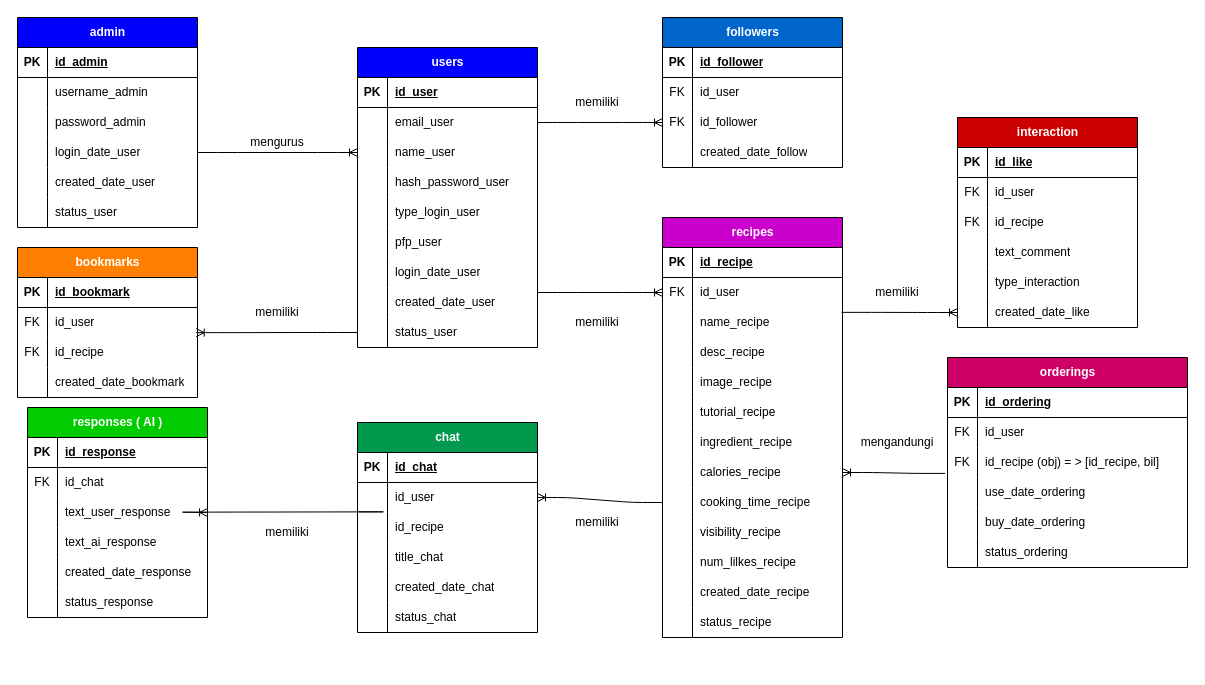
Earlier version of the draw.io diagram page "Page-1" (1 of 2) of documentation/diagram/erd.drawio (Danialdev01/ResepiSihat). Source tidied: cells renumbered, new cells numbered last; positions are measured from the earlier drawing's top-left corner, leaving out a move shared by most shapes. Both pictures are drawn from the tidied source at 100%, with x=0, y=0 at pixel (17, 17).
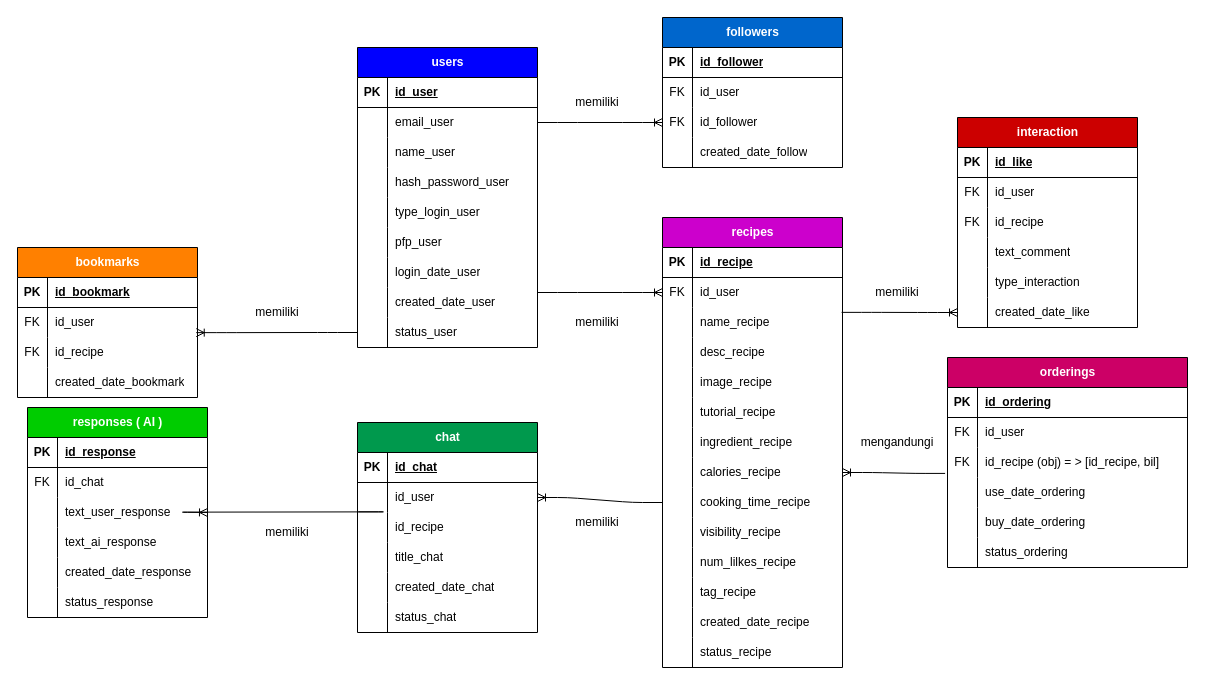
Above is the later version.

The change refers to these unchanged cells:
```xml
<mxCell id="49" style="shape=tableRow;horizontal=0;startSize=0;swimlaneHead=0;swimlaneBody=0;fillColor=none;points=[[0,0.5],[1,0.5]];portConstraint=eastwest;top=0;left=0;right=0;bottom=0;" parent="42" vertex="1">
  <mxGeometry y="90" width="180" height="30" as="geometry" />
</mxCell>
```

The edit, as a diff of the source:
```diff
@@
     <mxCell id="2" value="&lt;span style=&quot;color: white;&quot;&gt;recipes&lt;/span&gt;" style="shape=table;startSize=30;childLayout=tableLayout;rowLines=0;fontStyle=1;align=center;html=1;fillColor=#CC00CC;" parent="1" vertex="1">
-      <mxGeometry x="645" y="200" width="180" height="420" as="geometry" />
+      <mxGeometry x="645" y="200" width="180" height="450" as="geometry" />
     </mxCell>
@@
+    <mxCell id="207" style="shape=tableRow;horizontal=0;startSize=0;swimlaneHead=0;swimlaneBody=0;fillColor=none;top=0;left=0;right=0;bottom=0;" parent="2" vertex="1">
+      <mxGeometry y="360" width="180" height="30" as="geometry" />
+    </mxCell>
+    <mxCell id="208" style="shape=partialRectangle;fillColor=none;top=0;left=0;bottom=0;right=0;overflow=hidden;whiteSpace=wrap;html=1;" parent="207" vertex="1">
+      <mxGeometry width="30" height="30" as="geometry" />
+    </mxCell>
+    <mxCell id="209" value="tag_recipe" style="shape=partialRectangle;fillColor=none;top=0;left=0;bottom=0;right=0;align=left;spacingLeft=6;overflow=hidden;whiteSpace=wrap;html=1;" parent="207" vertex="1">
+      <mxGeometry x="30" width="150" height="30" as="geometry" />
+    </mxCell>
     <mxCell id="36" style="shape=tableRow;horizontal=0;startSize=0;swimlaneHead=0;swimlaneBody=0;fillColor=none;top=0;left=0;right=0;bottom=0;" parent="2" vertex="1">
-      <mxGeometry y="360" width="180" height="30" as="geometry" />
+      <mxGeometry y="390" width="180" height="30" as="geometry" />
     </mxCell>
@@
     <mxCell id="39" style="shape=tableRow;horizontal=0;startSize=0;swimlaneHead=0;swimlaneBody=0;fillColor=none;top=0;left=0;right=0;bottom=0;" parent="2" vertex="1">
-      <mxGeometry y="390" width="180" height="30" as="geometry" />
+      <mxGeometry y="420" width="180" height="30" as="geometry" />
     </mxCell>
@@
-    <mxCell id="153" value="&lt;span style=&quot;color: white;&quot;&gt;admin&lt;/span&gt;" style="shape=table;startSize=30;childLayout=tableLayout;rowLines=0;fontStyle=1;align=center;html=1;fillColor=#0000FF;" parent="1" vertex="1">
-      <mxGeometry width="180" height="210" as="geometry" />
-    </mxCell>
-    <mxCell id="154" style="shape=tableRow;horizontal=0;startSize=0;swimlaneHead=0;swimlaneBody=0;fillColor=none;top=0;left=0;right=0;bottom=1;" parent="153" vertex="1">
-      <mxGeometry y="30" width="180" height="30" as="geometry" />
-    </mxCell>
-    <mxCell id="155" value="PK" style="shape=partialRectangle;fillColor=none;top=0;left=0;bottom=0;right=0;fontStyle=1;overflow=hidden;whiteSpace=wrap;html=1;" parent="154" vertex="1">
-      <mxGeometry width="30" height="30" as="geometry" />
-    </mxCell>
-    <mxCell id="156" value="id_admin" style="shape=partialRectangle;fillColor=none;top=0;left=0;bottom=0;right=0;align=left;spacingLeft=6;fontStyle=5;overflow=hidden;whiteSpace=wrap;html=1;" parent="154" vertex="1">
-      <mxGeometry x="30" width="150" height="30" as="geometry" />
-    </mxCell>
-    <mxCell id="157" style="shape=tableRow;horizontal=0;startSize=0;swimlaneHead=0;swimlaneBody=0;fillColor=none;top=0;left=0;right=0;bottom=0;" parent="153" vertex="1">
-      <mxGeometry y="60" width="180" height="30" as="geometry" />
-    </mxCell>
-    <mxCell id="158" style="shape=partialRectangle;fillColor=none;top=0;left=0;bottom=0;right=0;overflow=hidden;whiteSpace=wrap;html=1;" parent="157" vertex="1">
-      <mxGeometry width="30" height="30" as="geometry" />
-    </mxCell>
-    <mxCell id="159" value="username_admin" style="shape=partialRectangle;fillColor=none;top=0;left=0;bottom=0;right=0;align=left;spacingLeft=6;overflow=hidden;whiteSpace=wrap;html=1;" parent="157" vertex="1">
-      <mxGeometry x="30" width="150" height="30" as="geometry" />
-    </mxCell>
-    <mxCell id="160" style="shape=tableRow;horizontal=0;startSize=0;swimlaneHead=0;swimlaneBody=0;fillColor=none;top=0;left=0;right=0;bottom=0;" parent="153" vertex="1">
-      <mxGeometry y="90" width="180" height="30" as="geometry" />
-    </mxCell>
-    <mxCell id="161" style="shape=partialRectangle;fillColor=none;top=0;left=0;bottom=0;right=0;overflow=hidden;whiteSpace=wrap;html=1;" parent="160" vertex="1">
-      <mxGeometry width="30" height="30" as="geometry" />
-    </mxCell>
-    <mxCell id="162" value="password_admin" style="shape=partialRectangle;fillColor=none;top=0;left=0;bottom=0;right=0;align=left;spacingLeft=6;overflow=hidden;whiteSpace=wrap;html=1;" parent="160" vertex="1">
-      <mxGeometry x="30" width="150" height="30" as="geometry" />
-    </mxCell>
-    <mxCell id="163" style="shape=tableRow;horizontal=0;startSize=0;swimlaneHead=0;swimlaneBody=0;fillColor=none;points=[[0,0.5],[1,0.5]];portConstraint=eastwest;top=0;left=0;right=0;bottom=0;" parent="153" vertex="1">
-      <mxGeometry y="120" width="180" height="30" as="geometry" />
-    </mxCell>
-    <mxCell id="164" style="shape=partialRectangle;fillColor=none;top=0;left=0;bottom=0;right=0;overflow=hidden;whiteSpace=wrap;html=1;" parent="163" vertex="1">
-      <mxGeometry width="30" height="30" as="geometry" />
-    </mxCell>
-    <mxCell id="165" value="login_date_user" style="shape=partialRectangle;fillColor=none;top=0;left=0;bottom=0;right=0;align=left;spacingLeft=6;overflow=hidden;whiteSpace=wrap;html=1;" parent="163" vertex="1">
-      <mxGeometry x="30" width="150" height="30" as="geometry" />
-    </mxCell>
-    <mxCell id="166" style="shape=tableRow;horizontal=0;startSize=0;swimlaneHead=0;swimlaneBody=0;fillColor=none;top=0;left=0;right=0;bottom=0;" parent="153" vertex="1">
-      <mxGeometry y="150" width="180" height="30" as="geometry" />
-    </mxCell>
-    <mxCell id="167" style="shape=partialRectangle;fillColor=none;top=0;left=0;bottom=0;right=0;overflow=hidden;whiteSpace=wrap;html=1;" parent="166" vertex="1">
-      <mxGeometry width="30" height="30" as="geometry" />
-    </mxCell>
-    <mxCell id="168" value="created_date_user" style="shape=partialRectangle;fillColor=none;top=0;left=0;bottom=0;right=0;align=left;spacingLeft=6;overflow=hidden;whiteSpace=wrap;html=1;" parent="166" vertex="1">
-      <mxGeometry x="30" width="150" height="30" as="geometry" />
-    </mxCell>
-    <mxCell id="169" style="shape=tableRow;horizontal=0;startSize=0;swimlaneHead=0;swimlaneBody=0;fillColor=none;top=0;left=0;right=0;bottom=0;" parent="153" vertex="1">
-      <mxGeometry y="180" width="180" height="30" as="geometry" />
-    </mxCell>
-    <mxCell id="170" style="shape=partialRectangle;fillColor=none;top=0;left=0;bottom=0;right=0;overflow=hidden;whiteSpace=wrap;html=1;" parent="169" vertex="1">
-      <mxGeometry width="30" height="30" as="geometry" />
-    </mxCell>
-    <mxCell id="171" value="status_user" style="shape=partialRectangle;fillColor=none;top=0;left=0;bottom=0;right=0;align=left;spacingLeft=6;overflow=hidden;whiteSpace=wrap;html=1;" parent="169" vertex="1">
-      <mxGeometry x="30" width="150" height="30" as="geometry" />
-    </mxCell>
@@
-    <mxCell id="178" value="mengurus" style="text;html=1;align=center;verticalAlign=middle;whiteSpace=wrap;rounded=0;" parent="1" vertex="1">
-      <mxGeometry x="230" y="110" width="60" height="30" as="geometry" />
-    </mxCell>
@@
-    <mxCell id="183" style="edgeStyle=entityRelationEdgeStyle;fontSize=12;html=1;endArrow=ERoneToMany;entryX=0;entryY=0.5;entryDx=0;entryDy=0;exitX=1;exitY=0.5;exitDx=0;exitDy=0;" parent="1" edge="1" source="163" target="49">
-      <mxGeometry relative="1" as="geometry">
-        <Array as="points">
-          <mxPoint x="340" y="105" />
-        </Array>
-      </mxGeometry>
-    </mxCell>
```
